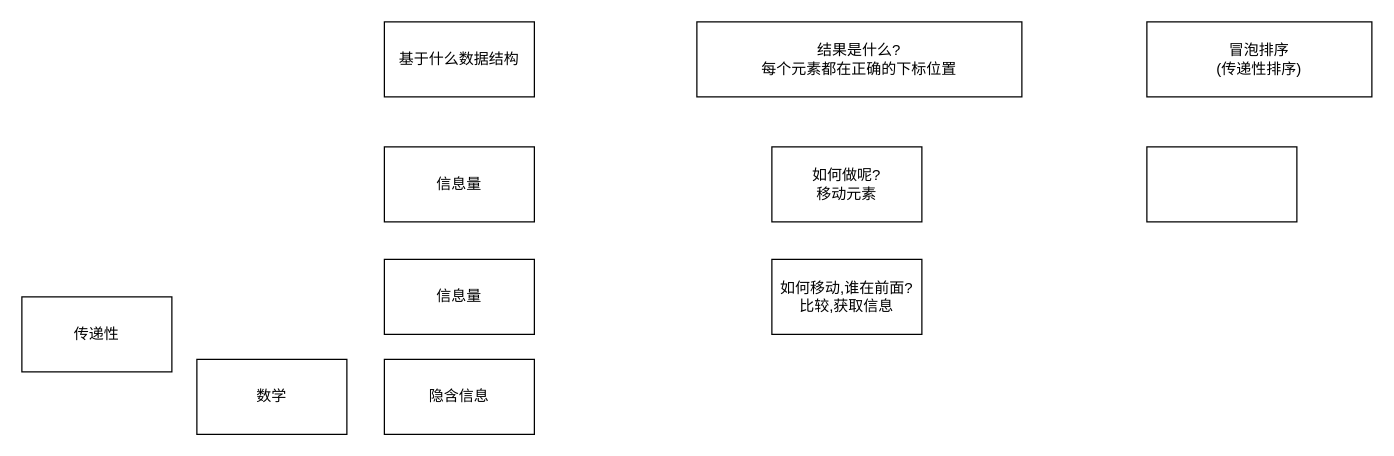
Above: 算法.drawio in idbanfan/drawio (draw.io), before the change. Source tidied: cells renumbered, new cells numbered last; positions are measured from the earlier drawing's top-left corner, leaving out a move shared by most shapes. Both pictures are drawn from the tidied source at 125%, with x=0, y=0 at pixel (21, 21).
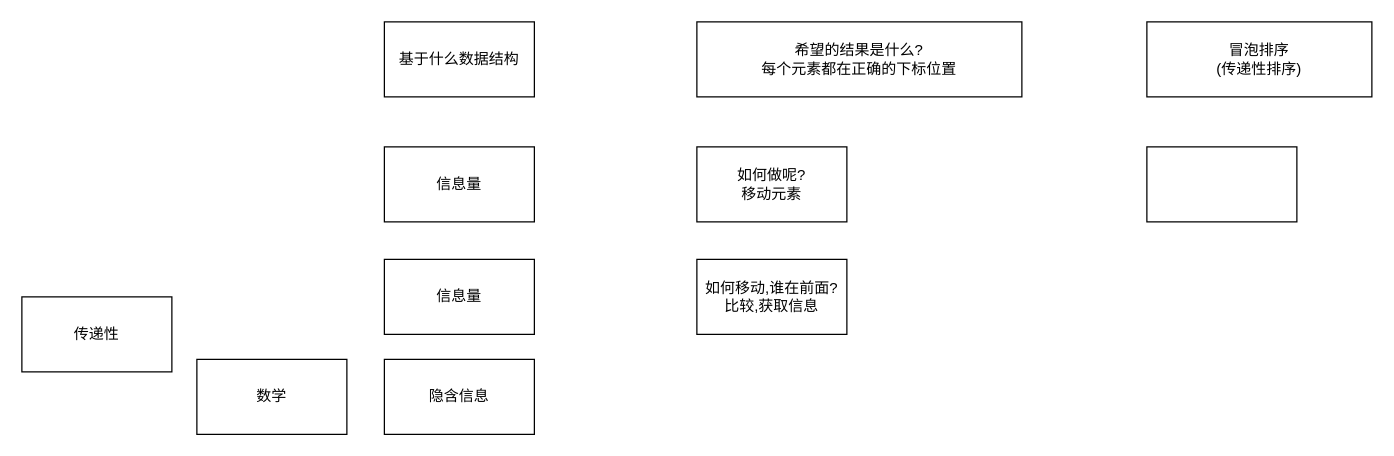
Above is the later version.

The edit, as a diff of the source:
```diff
@@
 <mxGraphModel>
   <root>
     <mxCell id="0" />
     <mxCell id="1" parent="0" />
     <mxCell id="2" value="基于什么数据结构" style="rounded=0;whiteSpace=wrap;html=1;" parent="1" vertex="1">
       <mxGeometry x="290" width="120" height="60" as="geometry" />
     </mxCell>
     <mxCell id="3" value="信息量" style="rounded=0;whiteSpace=wrap;html=1;" parent="1" vertex="1">
       <mxGeometry x="290" y="100" width="120" height="60" as="geometry" />
     </mxCell>
     <mxCell id="4" value="信息量" style="rounded=0;whiteSpace=wrap;html=1;" parent="1" vertex="1">
       <mxGeometry x="290" y="190" width="120" height="60" as="geometry" />
     </mxCell>
-    <mxCell id="5" value="结果是什么?&lt;br&gt;每个元素都在正确的下标位置" style="rounded=0;whiteSpace=wrap;html=1;" parent="1" vertex="1">
+    <mxCell id="5" value="希望的结果是什么?&lt;br&gt;每个元素都在正确的下标位置" style="rounded=0;whiteSpace=wrap;html=1;" parent="1" vertex="1">
       <mxGeometry x="540" width="260" height="60" as="geometry" />
     </mxCell>
     <mxCell id="6" value="如何做呢?&lt;br&gt;移动元素" style="rounded=0;whiteSpace=wrap;html=1;" parent="1" vertex="1">
-      <mxGeometry x="600" y="100" width="120" height="60" as="geometry" />
+      <mxGeometry x="540" y="100" width="120" height="60" as="geometry" />
     </mxCell>
     <mxCell id="7" value="如何移动,谁在前面?&lt;br&gt;比较,获取信息" style="rounded=0;whiteSpace=wrap;html=1;" parent="1" vertex="1">
-      <mxGeometry x="600" y="190" width="120" height="60" as="geometry" />
+      <mxGeometry x="540" y="190" width="120" height="60" as="geometry" />
     </mxCell>
     <mxCell id="8" value="隐含信息" style="rounded=0;whiteSpace=wrap;html=1;" parent="1" vertex="1">
       <mxGeometry x="290" y="270" width="120" height="60" as="geometry" />
     </mxCell>
     <mxCell id="9" value="数学" style="rounded=0;whiteSpace=wrap;html=1;" parent="1" vertex="1">
       <mxGeometry x="140" y="270" width="120" height="60" as="geometry" />
     </mxCell>
     <mxCell id="10" value="传递性" style="rounded=0;whiteSpace=wrap;html=1;" parent="1" vertex="1">
       <mxGeometry y="220" width="120" height="60" as="geometry" />
     </mxCell>
     <mxCell id="11" style="rounded=0;whiteSpace=wrap;html=1;" parent="1" vertex="1">
       <mxGeometry x="900" y="100" width="120" height="60" as="geometry" />
     </mxCell>
     <mxCell id="12" value="冒泡排序&lt;br&gt;(传递性排序)" style="rounded=0;whiteSpace=wrap;html=1;" parent="1" vertex="1">
       <mxGeometry x="900" width="180" height="60" as="geometry" />
     </mxCell>
   </root>
 </mxGraphModel>
```
